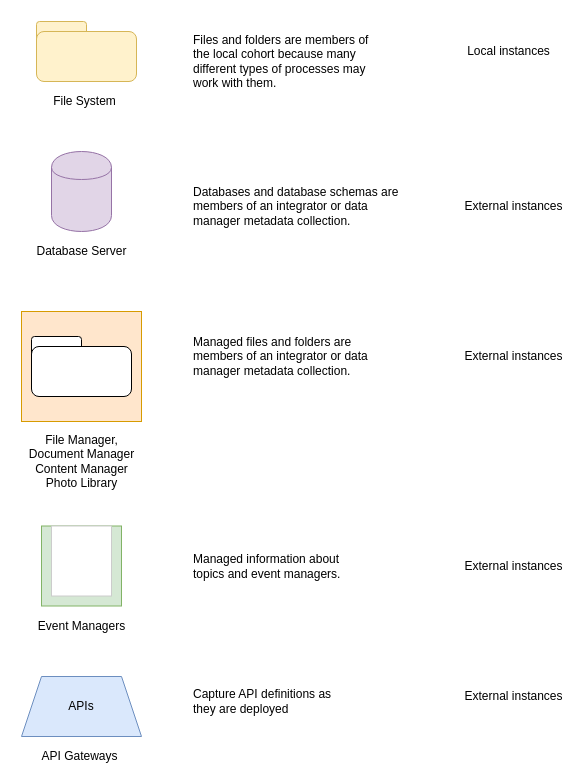
The draw.io diagram page "data-managers" (1 of 2) of open-metadata-implementation/access-services/data-manager/docs/data-managers.drawio in odpi/egeria, before the edit. Source tidied: cells renumbered, new cells numbered last; positions are measured from the earlier drawing's top-left corner, leaving out a move shared by most shapes. Both pictures are drawn from the tidied source at 100%, with x=0, y=0 at pixel (21, 21).
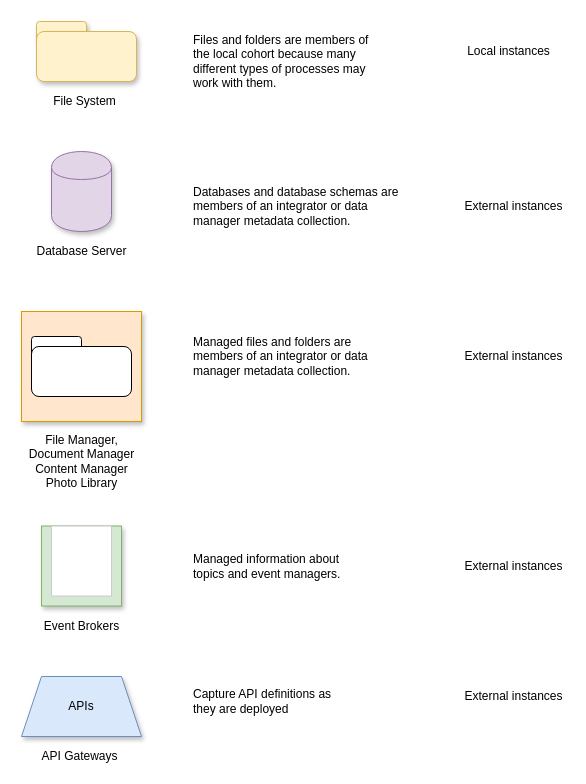
Above is the later version.

What changed in the source:
```diff
@@
-    <mxCell id="3" style="shape=cylinder;whiteSpace=wrap;html=1;boundedLbl=1;backgroundOutline=1;fillColor=#e1d5e7;strokeColor=#9673a6;" parent="1" vertex="1">
+    <mxCell id="3" style="shape=cylinder;whiteSpace=wrap;html=1;boundedLbl=1;backgroundOutline=1;fillColor=#e1d5e7;strokeColor=#9673a6;shadow=1;" parent="1" vertex="1">
       <mxGeometry x="30" y="130" width="60" height="80" as="geometry" />
     </mxCell>
@@
-    <mxCell id="5" style="rounded=0;whiteSpace=wrap;html=1;fillColor=#ffe6cc;strokeColor=#d79b00;" parent="1" vertex="1">
+    <mxCell id="5" style="rounded=0;whiteSpace=wrap;html=1;fillColor=#ffe6cc;strokeColor=#d79b00;shadow=1;" parent="1" vertex="1">
       <mxGeometry y="290" width="120" height="110" as="geometry" />
     </mxCell>
@@
-    <mxCell id="7" style="group;" parent="1" vertex="1">
+    <mxCell id="7" style="group;shadow=1;" parent="1" vertex="1">
       <mxGeometry x="10" width="105" height="60" as="geometry" />
     </mxCell>
-    <mxCell id="8" style="rounded=1;whiteSpace=wrap;html=1;fillColor=#fff2cc;strokeColor=#d6b656;" parent="7" vertex="1">
+    <mxCell id="8" style="rounded=1;whiteSpace=wrap;html=1;fillColor=#fff2cc;strokeColor=#d6b656;shadow=1;" parent="7" vertex="1">
       <mxGeometry x="5" width="50" height="20" as="geometry" />
     </mxCell>
-    <mxCell id="9" style="rounded=1;whiteSpace=wrap;html=1;fillColor=#fff2cc;strokeColor=#d6b656;" parent="7" vertex="1">
+    <mxCell id="9" style="rounded=1;whiteSpace=wrap;html=1;fillColor=#fff2cc;strokeColor=#d6b656;shadow=1;" parent="7" vertex="1">
       <mxGeometry x="5" y="10" width="100" height="50" as="geometry" />
     </mxCell>
@@
-    <mxCell id="19" value="Event Managers" style="text;html=1;align=center;verticalAlign=middle;" parent="1" vertex="1">
-      <mxGeometry x="10" y="594.5" width="100" height="20" as="geometry" />
+    <mxCell id="19" value="Event Brokers" style="text;html=1;align=center;verticalAlign=middle;" parent="1" vertex="1">
+      <mxGeometry x="15" y="594.5" width="90" height="20" as="geometry" />
     </mxCell>
@@
-    <mxCell id="22" style="whiteSpace=wrap;html=1;fillColor=#d5e8d4;strokeColor=#82b366;" parent="1" vertex="1">
+    <mxCell id="22" style="whiteSpace=wrap;html=1;fillColor=#d5e8d4;strokeColor=#82b366;shadow=1;" parent="1" vertex="1">
       <mxGeometry x="20" y="504.5" width="80" height="80" as="geometry" />
     </mxCell>
@@
-    <mxCell id="24" value="APIs" style="shape=trapezoid;perimeter=trapezoidPerimeter;whiteSpace=wrap;html=1;fixedSize=1;strokeColor=#6c8ebf;fillColor=#dae8fc;" parent="1" vertex="1">
+    <mxCell id="24" value="APIs" style="shape=trapezoid;perimeter=trapezoidPerimeter;whiteSpace=wrap;html=1;fixedSize=1;strokeColor=#6c8ebf;fillColor=#dae8fc;shadow=1;" parent="1" vertex="1">
       <mxGeometry y="655" width="120" height="60" as="geometry" />
     </mxCell>
```
